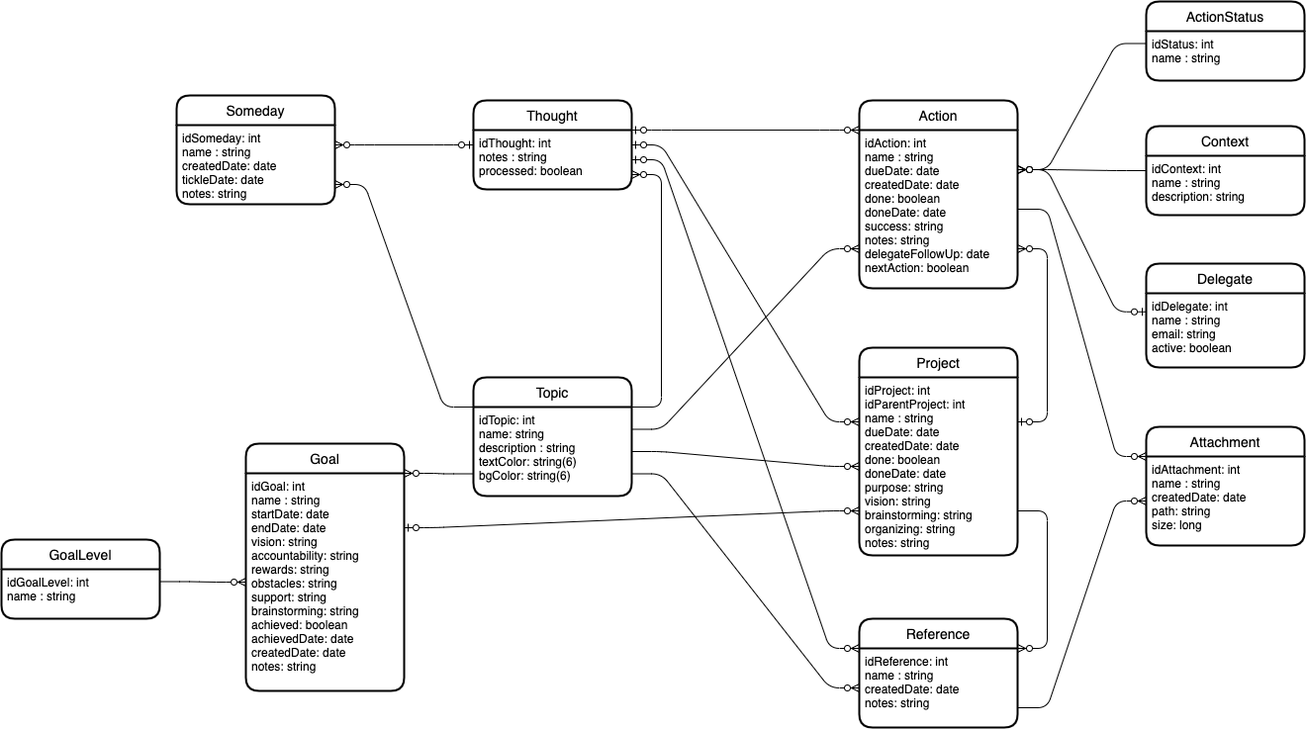
Earlier version of the draw.io export documentacion/Modelo.png (nicolas-parrado/escalab-spring-proyecto-final). Source tidied: cells renumbered, new cells last; positions are measured from the earlier drawing's top-left corner, leaving out a move shared by most shapes. Its diagram source:
```xml
<mxGraphModel>
  <root>
    <mxCell id="0" />
    <mxCell id="1" parent="0" />
    <mxCell id="2" value="Thought" style="swimlane;horizontal=1;startSize=30;rounded=1;fontSize=14;fontStyle=0;strokeWidth=2;shadow=0;dashed=0;align=center;" parent="1" vertex="1">
      <mxGeometry x="477" y="100" width="160" height="90" as="geometry" />
    </mxCell>
    <mxCell id="3" value="idThought: int&#10;notes : string&#10;processed: boolean" style="align=left;strokeColor=none;fillColor=none;spacingLeft=4;fontSize=12;verticalAlign=top;" parent="2" vertex="1">
      <mxGeometry y="30" width="160" height="60" as="geometry" />
    </mxCell>
    <mxCell id="4" value="Delegate" style="swimlane;horizontal=1;startSize=30;rounded=1;fontSize=14;fontStyle=0;strokeWidth=2;shadow=0;dashed=0;align=center;" parent="1" vertex="1">
      <mxGeometry x="1157" y="265" width="160" height="105" as="geometry" />
    </mxCell>
    <mxCell id="5" value="idDelegate: int&#10;name : string&#10;email: string&#10;active: boolean" style="align=left;strokeColor=none;fillColor=none;spacingLeft=4;fontSize=12;verticalAlign=top;" parent="4" vertex="1">
      <mxGeometry y="30" width="160" height="75" as="geometry" />
    </mxCell>
    <mxCell id="6" value="Context" style="swimlane;horizontal=1;startSize=30;rounded=1;fontSize=14;fontStyle=0;strokeWidth=2;shadow=0;dashed=0;align=center;" parent="1" vertex="1">
      <mxGeometry x="1157" y="126" width="160" height="90" as="geometry" />
    </mxCell>
    <mxCell id="7" value="idContext: int&#10;name : string&#10;description: string" style="align=left;strokeColor=none;fillColor=none;spacingLeft=4;fontSize=12;verticalAlign=top;" parent="6" vertex="1">
      <mxGeometry y="30" width="160" height="60" as="geometry" />
    </mxCell>
    <mxCell id="8" value="Topic" style="swimlane;horizontal=1;startSize=30;rounded=1;fontSize=14;fontStyle=0;strokeWidth=2;shadow=0;dashed=0;align=center;" parent="1" vertex="1">
      <mxGeometry x="477" y="380" width="160" height="120" as="geometry" />
    </mxCell>
    <mxCell id="9" value="idTopic: int&#10;name: string&#10;description : string&#10;textColor: string(6)&#10;bgColor: string(6)" style="align=left;strokeColor=none;fillColor=none;spacingLeft=4;fontSize=12;verticalAlign=top;" parent="8" vertex="1">
      <mxGeometry y="30" width="160" height="90" as="geometry" />
    </mxCell>
    <mxCell id="10" value="GoalLevel" style="swimlane;horizontal=1;startSize=30;rounded=1;fontSize=14;fontStyle=0;strokeWidth=2;shadow=0;dashed=0;align=center;" parent="1" vertex="1">
      <mxGeometry y="544" width="160" height="80" as="geometry" />
    </mxCell>
    <mxCell id="11" value="idGoalLevel: int&#10;name : string" style="align=left;strokeColor=none;fillColor=none;spacingLeft=4;fontSize=12;verticalAlign=top;" parent="10" vertex="1">
      <mxGeometry y="30" width="160" height="50" as="geometry" />
    </mxCell>
    <mxCell id="12" value="Goal" style="swimlane;horizontal=1;startSize=30;rounded=1;fontSize=14;fontStyle=0;strokeWidth=2;shadow=0;dashed=0;align=center;" parent="1" vertex="1">
      <mxGeometry x="247" y="447" width="160" height="250" as="geometry" />
    </mxCell>
    <mxCell id="13" value="idGoal: int&#10;name : string&#10;startDate: date&#10;endDate: date&#10;vision: string&#10;accountability: string&#10;rewards: string&#10;obstacles: string&#10;support: string&#10;brainstorming: string&#10;achieved: boolean&#10;achievedDate: date&#10;createdDate: date&#10;notes: string" style="align=left;strokeColor=none;fillColor=none;spacingLeft=4;fontSize=12;verticalAlign=top;" parent="12" vertex="1">
      <mxGeometry y="30" width="160" height="220" as="geometry" />
    </mxCell>
    <mxCell id="14" style="edgeStyle=entityRelationEdgeStyle;fontSize=12;html=1;endArrow=ERzeroToMany;endFill=1;entryX=0;entryY=0.5;entryDx=0;entryDy=0;exitX=1;exitY=0.25;exitDx=0;exitDy=0;" parent="1" edge="1" source="11" target="13">
      <mxGeometry relative="1" as="geometry" />
    </mxCell>
    <mxCell id="15" style="edgeStyle=entityRelationEdgeStyle;fontSize=12;html=1;endArrow=ERzeroToMany;endFill=1;exitX=0;exitY=0.75;exitDx=0;exitDy=0;entryX=1;entryY=0;entryDx=0;entryDy=0;" parent="1" edge="1" source="9" target="13">
      <mxGeometry relative="1" as="geometry" />
    </mxCell>
    <mxCell id="16" style="edgeStyle=entityRelationEdgeStyle;fontSize=12;html=1;endArrow=ERzeroToMany;endFill=1;exitX=1;exitY=0.25;exitDx=0;exitDy=0;entryX=1;entryY=0.75;entryDx=0;entryDy=0;" parent="1" edge="1" source="8" target="3">
      <mxGeometry relative="1" as="geometry" />
    </mxCell>
    <mxCell id="17" value="Project" style="swimlane;horizontal=1;startSize=30;rounded=1;fontSize=14;fontStyle=0;strokeWidth=2;shadow=0;dashed=0;align=center;" parent="1" vertex="1">
      <mxGeometry x="867" y="350" width="160" height="210" as="geometry" />
    </mxCell>
    <mxCell id="18" value="idProject: int&#10;idParentProject: int&#10;name : string&#10;dueDate: date&#10;createdDate: date&#10;done: boolean&#10;doneDate: date&#10;purpose: string&#10;vision: string&#10;brainstorming: string&#10;organizing: string&#10;notes: string" style="align=left;strokeColor=none;fillColor=none;spacingLeft=4;fontSize=12;verticalAlign=top;" parent="17" vertex="1">
      <mxGeometry y="30" width="160" height="180" as="geometry" />
    </mxCell>
    <mxCell id="19" value="ActionStatus" style="swimlane;horizontal=1;startSize=30;rounded=1;fontSize=14;fontStyle=0;strokeWidth=2;shadow=0;dashed=0;align=center;" parent="1" vertex="1">
      <mxGeometry x="1157" width="160" height="80" as="geometry" />
    </mxCell>
    <mxCell id="20" value="idStatus: int&#10;name : string" style="align=left;strokeColor=none;fillColor=none;spacingLeft=4;fontSize=12;verticalAlign=top;" parent="19" vertex="1">
      <mxGeometry y="30" width="160" height="50" as="geometry" />
    </mxCell>
    <mxCell id="21" style="edgeStyle=entityRelationEdgeStyle;fontSize=12;html=1;endArrow=ERzeroToMany;startArrow=ERzeroToOne;exitX=1;exitY=0.25;exitDx=0;exitDy=0;entryX=0;entryY=0.75;entryDx=0;entryDy=0;" parent="1" edge="1" source="13" target="18">
      <mxGeometry relative="1" as="geometry" />
    </mxCell>
    <mxCell id="22" style="edgeStyle=entityRelationEdgeStyle;fontSize=12;html=1;endArrow=ERzeroToMany;endFill=1;exitX=1;exitY=0.5;exitDx=0;exitDy=0;entryX=0;entryY=0.5;entryDx=0;entryDy=0;" parent="1" edge="1" source="9" target="18">
      <mxGeometry relative="1" as="geometry" />
    </mxCell>
    <mxCell id="23" style="edgeStyle=entityRelationEdgeStyle;fontSize=12;html=1;endArrow=ERzeroToMany;startArrow=ERzeroToOne;entryX=0;entryY=0.25;entryDx=0;entryDy=0;exitX=1;exitY=0.25;exitDx=0;exitDy=0;" parent="1" edge="1" source="3" target="18">
      <mxGeometry relative="1" as="geometry" />
    </mxCell>
    <mxCell id="24" value="Action" style="swimlane;horizontal=1;startSize=30;rounded=1;fontSize=14;fontStyle=0;strokeWidth=2;shadow=0;dashed=0;align=center;" parent="1" vertex="1">
      <mxGeometry x="867" y="100" width="160" height="190" as="geometry" />
    </mxCell>
    <mxCell id="25" value="idAction: int&#10;name : string&#10;dueDate: date&#10;createdDate: date&#10;done: boolean&#10;doneDate: date&#10;success: string&#10;notes: string&#10;delegateFollowUp: date&#10;nextAction: boolean" style="align=left;strokeColor=none;fillColor=none;spacingLeft=4;fontSize=12;verticalAlign=top;" parent="24" vertex="1">
      <mxGeometry y="30" width="160" height="160" as="geometry" />
    </mxCell>
    <mxCell id="26" style="edgeStyle=entityRelationEdgeStyle;fontSize=12;html=1;endArrow=ERzeroToMany;startArrow=ERzeroToOne;entryX=0;entryY=0;entryDx=0;entryDy=0;exitX=1;exitY=0;exitDx=0;exitDy=0;" parent="1" edge="1" source="3" target="25">
      <mxGeometry relative="1" as="geometry" />
    </mxCell>
    <mxCell id="27" style="edgeStyle=entityRelationEdgeStyle;fontSize=12;html=1;endArrow=ERzeroToMany;endFill=1;exitX=1;exitY=0.25;exitDx=0;exitDy=0;entryX=0;entryY=0.75;entryDx=0;entryDy=0;" parent="1" edge="1" source="9" target="25">
      <mxGeometry relative="1" as="geometry" />
    </mxCell>
    <mxCell id="28" style="edgeStyle=entityRelationEdgeStyle;fontSize=12;html=1;endArrow=ERzeroToMany;startArrow=ERzeroToOne;entryX=1;entryY=0.75;entryDx=0;entryDy=0;exitX=1;exitY=0.25;exitDx=0;exitDy=0;" parent="1" edge="1" source="18" target="25">
      <mxGeometry relative="1" as="geometry" />
    </mxCell>
    <mxCell id="29" style="edgeStyle=entityRelationEdgeStyle;fontSize=12;html=1;endArrow=ERzeroToMany;endFill=1;exitX=0;exitY=0.25;exitDx=0;exitDy=0;entryX=1;entryY=0.25;entryDx=0;entryDy=0;" parent="1" edge="1" source="20" target="25">
      <mxGeometry relative="1" as="geometry" />
    </mxCell>
    <mxCell id="30" style="edgeStyle=entityRelationEdgeStyle;fontSize=12;html=1;endArrow=ERzeroToMany;endFill=1;exitX=0;exitY=0.25;exitDx=0;exitDy=0;entryX=1;entryY=0.25;entryDx=0;entryDy=0;" parent="1" edge="1" source="7" target="25">
      <mxGeometry relative="1" as="geometry" />
    </mxCell>
    <mxCell id="31" style="edgeStyle=entityRelationEdgeStyle;fontSize=12;html=1;endArrow=ERzeroToMany;startArrow=ERzeroToOne;exitX=0;exitY=0.25;exitDx=0;exitDy=0;entryX=1;entryY=0.25;entryDx=0;entryDy=0;" parent="1" edge="1" source="5" target="25">
      <mxGeometry relative="1" as="geometry" />
    </mxCell>
    <mxCell id="32" value="Reference" style="swimlane;horizontal=1;startSize=30;rounded=1;fontSize=14;fontStyle=0;strokeWidth=2;shadow=0;dashed=0;align=center;" parent="1" vertex="1">
      <mxGeometry x="867" y="624" width="160" height="110" as="geometry" />
    </mxCell>
    <mxCell id="33" value="idReference: int&#10;name : string&#10;createdDate: date&#10;notes: string" style="align=left;strokeColor=none;fillColor=none;spacingLeft=4;fontSize=12;verticalAlign=top;" parent="32" vertex="1">
      <mxGeometry y="30" width="160" height="80" as="geometry" />
    </mxCell>
    <mxCell id="34" style="edgeStyle=entityRelationEdgeStyle;fontSize=12;html=1;endArrow=ERzeroToMany;endFill=1;exitX=1;exitY=0.75;exitDx=0;exitDy=0;" parent="1" edge="1" source="9" target="33">
      <mxGeometry relative="1" as="geometry" />
    </mxCell>
    <mxCell id="35" style="edgeStyle=entityRelationEdgeStyle;fontSize=12;html=1;endArrow=ERzeroToMany;startArrow=ERzeroToOne;entryX=0;entryY=0;entryDx=0;entryDy=0;exitX=1;exitY=0.5;exitDx=0;exitDy=0;" parent="1" edge="1" source="3" target="33">
      <mxGeometry relative="1" as="geometry" />
    </mxCell>
    <mxCell id="36" value="Someday" style="swimlane;horizontal=1;startSize=30;rounded=1;fontSize=14;fontStyle=0;strokeWidth=2;shadow=0;dashed=0;align=center;" parent="1" vertex="1">
      <mxGeometry x="177" y="95" width="160" height="110" as="geometry" />
    </mxCell>
    <mxCell id="37" value="idSomeday: int&#10;name : string&#10;createdDate: date&#10;tickleDate: date&#10;notes: string" style="align=left;strokeColor=none;fillColor=none;spacingLeft=4;fontSize=12;verticalAlign=top;" parent="36" vertex="1">
      <mxGeometry y="30" width="160" height="80" as="geometry" />
    </mxCell>
    <mxCell id="38" style="edgeStyle=entityRelationEdgeStyle;fontSize=12;html=1;endArrow=ERzeroToMany;startArrow=ERzeroToOne;entryX=1;entryY=0.25;entryDx=0;entryDy=0;exitX=0;exitY=0.25;exitDx=0;exitDy=0;" parent="1" edge="1" source="3" target="37">
      <mxGeometry relative="1" as="geometry" />
    </mxCell>
    <mxCell id="39" style="edgeStyle=entityRelationEdgeStyle;fontSize=12;html=1;endArrow=ERzeroToMany;endFill=1;exitX=0;exitY=0.25;exitDx=0;exitDy=0;entryX=1;entryY=0.75;entryDx=0;entryDy=0;" parent="1" edge="1" source="8" target="37">
      <mxGeometry relative="1" as="geometry" />
    </mxCell>
    <mxCell id="40" value="Attachment" style="swimlane;horizontal=1;startSize=30;rounded=1;fontSize=14;fontStyle=0;strokeWidth=2;shadow=0;dashed=0;align=center;" parent="1" vertex="1">
      <mxGeometry x="1157" y="430" width="160" height="120" as="geometry" />
    </mxCell>
    <mxCell id="41" value="idAttachment: int&#10;name : string&#10;createdDate: date&#10;path: string&#10;size: long&#10;" style="align=left;strokeColor=none;fillColor=none;spacingLeft=4;fontSize=12;verticalAlign=top;" parent="40" vertex="1">
      <mxGeometry y="30" width="160" height="90" as="geometry" />
    </mxCell>
    <mxCell id="42" style="edgeStyle=entityRelationEdgeStyle;fontSize=12;html=1;endArrow=ERzeroToMany;endFill=1;entryX=0;entryY=0.25;entryDx=0;entryDy=0;exitX=1;exitY=0.5;exitDx=0;exitDy=0;" parent="1" edge="1" source="25" target="40">
      <mxGeometry relative="1" as="geometry" />
    </mxCell>
    <mxCell id="43" style="edgeStyle=entityRelationEdgeStyle;fontSize=12;html=1;endArrow=ERzeroToMany;endFill=1;entryX=0;entryY=0.5;entryDx=0;entryDy=0;exitX=1;exitY=0.75;exitDx=0;exitDy=0;" parent="1" edge="1" source="33" target="41">
      <mxGeometry relative="1" as="geometry" />
    </mxCell>
    <mxCell id="44" style="edgeStyle=entityRelationEdgeStyle;fontSize=12;html=1;endArrow=ERzeroToMany;endFill=1;entryX=1;entryY=0;entryDx=0;entryDy=0;exitX=1;exitY=0.75;exitDx=0;exitDy=0;anchorPointDirection=1;fixDash=0;" parent="1" edge="1" source="18" target="33">
      <mxGeometry relative="1" as="geometry" />
    </mxCell>
  </root>
</mxGraphModel>
```
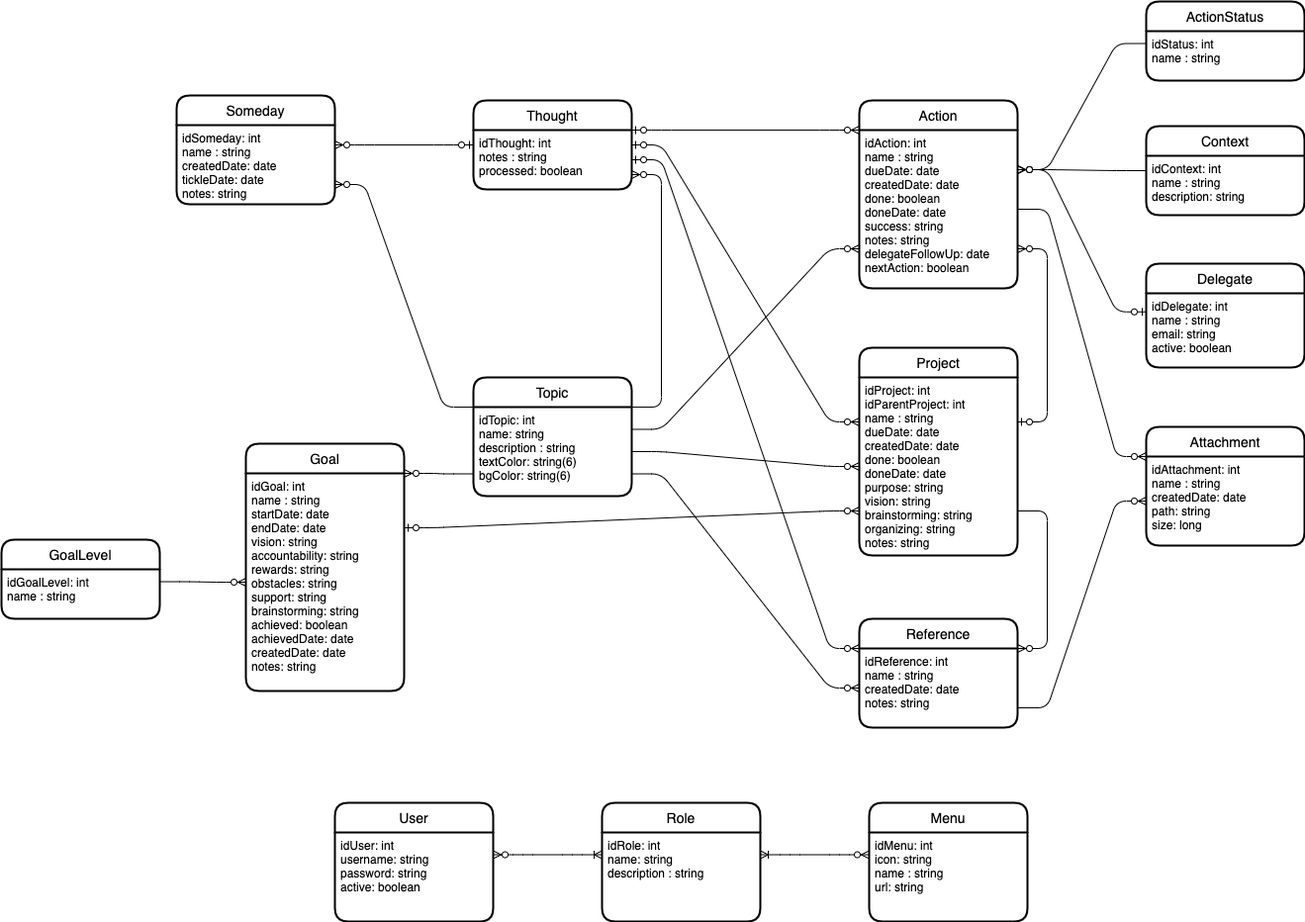
Above is the later version.

Commit message:
Actualización de modelo

The edit, as a diff of the source:
```diff
@@ -131,5 +131,29 @@
     <mxCell id="44" style="edgeStyle=entityRelationEdgeStyle;fontSize=12;html=1;endArrow=ERzeroToMany;endFill=1;entryX=1;entryY=0;entryDx=0;entryDy=0;exitX=1;exitY=0.75;exitDx=0;exitDy=0;anchorPointDirection=1;fixDash=0;" parent="1" edge="1" source="18" target="33">
       <mxGeometry relative="1" as="geometry" />
     </mxCell>
+    <mxCell id="45" value="User" style="swimlane;horizontal=1;startSize=30;rounded=1;fontSize=14;fontStyle=0;strokeWidth=2;shadow=0;dashed=0;align=center;" parent="1" vertex="1">
+      <mxGeometry x="337" y="810" width="160" height="120" as="geometry" />
+    </mxCell>
+    <mxCell id="46" value="idUser: int&#10;username: string&#10;password: string&#10;active: boolean&#10;" style="align=left;strokeColor=none;fillColor=none;spacingLeft=4;fontSize=12;verticalAlign=top;" parent="45" vertex="1">
+      <mxGeometry y="30" width="160" height="90" as="geometry" />
+    </mxCell>
+    <mxCell id="47" value="Role" style="swimlane;horizontal=1;startSize=30;rounded=1;fontSize=14;fontStyle=0;strokeWidth=2;shadow=0;dashed=0;align=center;" parent="1" vertex="1">
+      <mxGeometry x="607" y="810" width="160" height="120" as="geometry" />
+    </mxCell>
+    <mxCell id="48" value="idRole: int&#10;name: string&#10;description : string" style="align=left;strokeColor=none;fillColor=none;spacingLeft=4;fontSize=12;verticalAlign=top;" parent="47" vertex="1">
+      <mxGeometry y="30" width="160" height="90" as="geometry" />
+    </mxCell>
+    <mxCell id="49" value="Menu" style="swimlane;horizontal=1;startSize=30;rounded=1;fontSize=14;fontStyle=0;strokeWidth=2;shadow=0;dashed=0;align=center;" parent="1" vertex="1">
+      <mxGeometry x="877" y="810" width="160" height="120" as="geometry" />
+    </mxCell>
+    <mxCell id="50" value="idMenu: int&#10;icon: string&#10;name : string&#10;url: string&#10;" style="align=left;strokeColor=none;fillColor=none;spacingLeft=4;fontSize=12;verticalAlign=top;" parent="49" vertex="1">
+      <mxGeometry y="30" width="160" height="90" as="geometry" />
+    </mxCell>
+    <mxCell id="51" style="edgeStyle=entityRelationEdgeStyle;fontSize=12;html=1;endArrow=ERoneToMany;startArrow=ERzeroToMany;exitX=1;exitY=0.25;exitDx=0;exitDy=0;entryX=0;entryY=0.25;entryDx=0;entryDy=0;" parent="1" edge="1" source="46" target="48">
+      <mxGeometry relative="1" as="geometry" />
+    </mxCell>
+    <mxCell id="52" style="edgeStyle=entityRelationEdgeStyle;fontSize=12;html=1;endArrow=ERoneToMany;startArrow=ERzeroToMany;exitX=0;exitY=0.25;exitDx=0;exitDy=0;entryX=1;entryY=0.25;entryDx=0;entryDy=0;" parent="1" edge="1" source="50" target="48">
+      <mxGeometry relative="1" as="geometry" />
+    </mxCell>
   </root>
 </mxGraphModel>
```
